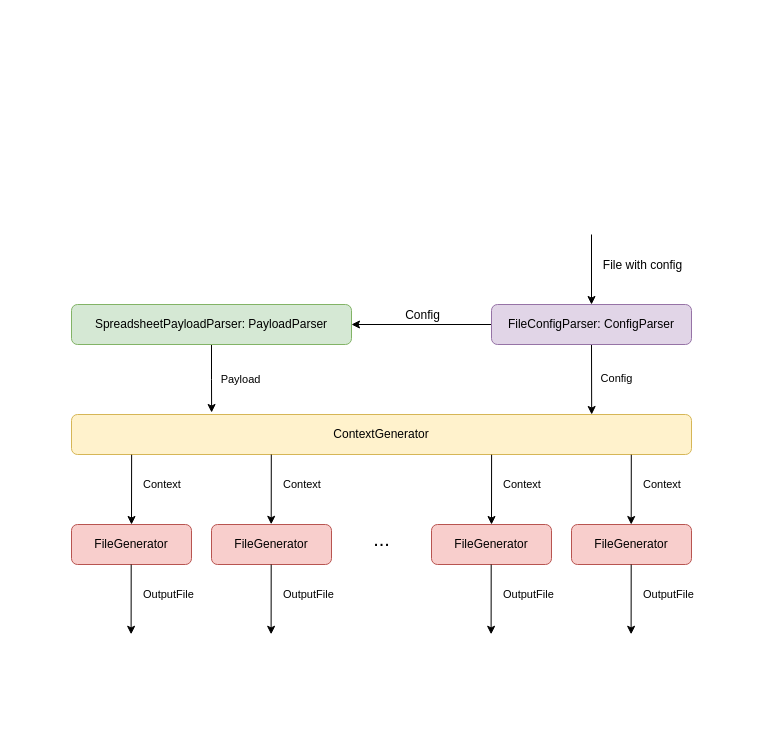
alexfilimon/swift-analytics-gen keeps this draw.io diagram as Resources/BaseClassDiagram.drawio. Above is the earlier version. Source tidied: cells renumbered, new cells numbered last; positions are measured from the earlier drawing's top-left corner, leaving out a move shared by most shapes. Both pictures are drawn from the tidied source at 100%, with x=0, y=0 at pixel (71, 234).
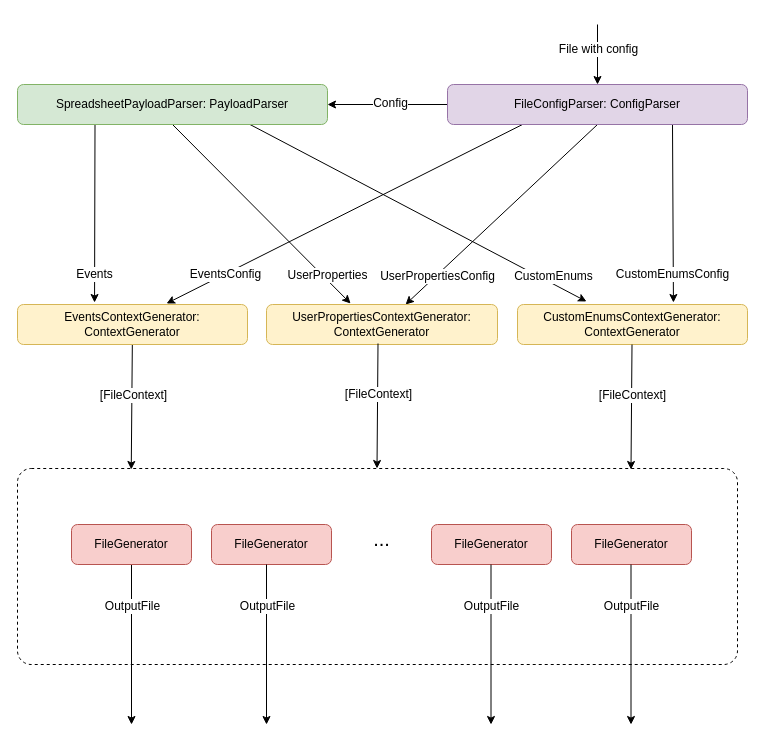
Above is the later version.

The change refers to these unchanged cells:
```xml
<mxCell id="2" style="edgeStyle=orthogonalEdgeStyle;rounded=0;jettySize=auto;html=1;entryX=1;entryY=0.5;entryDx=0;entryDy=0;" parent="1" edge="1" source="6" target="8">
  <mxGeometry relative="1" as="geometry" />
</mxCell>
<mxCell id="12" value="FileGenerator" style="rounded=1;whiteSpace=wrap;html=1;fillColor=#f8cecc;strokeColor=#b85450;" parent="1" vertex="1">
  <mxGeometry y="290" width="120" height="40" as="geometry" />
</mxCell>
```

The edit, as a diff of the source:
```diff
@@
+    <mxCell id="25" style="rounded=1;whiteSpace=wrap;html=1;arcSize=7;dashed=1;" parent="1" vertex="1">
+      <mxGeometry x="-54" y="234" width="720" height="196" as="geometry" />
+    </mxCell>
@@
     <mxCell id="3" value="Config" style="text;html=1;align=center;verticalAlign=middle;labelBackgroundColor=#ffffff;" parent="2" vertex="1">
       <mxGeometry x="0.19" relative="1" as="geometry">
-        <mxPoint x="13" y="-10" as="offset" />
+        <mxPoint x="13" y="-2" as="offset" />
       </mxGeometry>
     </mxCell>
+    <mxCell id="26" style="edgeStyle=none;rounded=0;jettySize=auto;html=1;exitX=0.75;exitY=1;exitDx=0;exitDy=0;entryX=0.678;entryY=-0.05;entryDx=0;entryDy=0;entryPerimeter=0;" parent="1" edge="1" source="6" target="41">
+      <mxGeometry relative="1" as="geometry" />
+    </mxCell>
+    <mxCell id="27" value="CustomEnumsConfig" style="text;html=1;align=center;verticalAlign=middle;labelBackgroundColor=#ffffff;" parent="26" vertex="1">
+      <mxGeometry x="0.37" y="-1" relative="1" as="geometry">
+        <mxPoint y="27" as="offset" />
+      </mxGeometry>
+    </mxCell>
+    <mxCell id="28" style="edgeStyle=none;rounded=0;jettySize=auto;html=1;exitX=0.5;exitY=1;exitDx=0;exitDy=0;entryX=0.602;entryY=0;entryDx=0;entryDy=0;entryPerimeter=0;" parent="1" edge="1" source="6" target="40">
+      <mxGeometry relative="1" as="geometry" />
+    </mxCell>
-    <mxCell id="4" style="rounded=0;jettySize=auto;html=1;exitX=0.5;exitY=1;exitDx=0;exitDy=0;entryX=0.839;entryY=0;entryDx=0;entryDy=0;entryPerimeter=0;" parent="1" edge="1" source="6" target="11">
+    <mxCell id="4" style="edgeStyle=none;rounded=0;jettySize=auto;html=1;exitX=0.25;exitY=1;exitDx=0;exitDy=0;entryX=0.648;entryY=-0.025;entryDx=0;entryDy=0;entryPerimeter=0;" parent="1" edge="1" source="6" target="11">
       <mxGeometry relative="1" as="geometry" />
     </mxCell>
-    <mxCell id="5" value="&lt;font style=&quot;font-size: 11px&quot;&gt;Config&lt;/font&gt;" style="text;html=1;align=center;verticalAlign=middle;labelBackgroundColor=#ffffff;" parent="4" vertex="1">
-      <mxGeometry x="0.08" y="3" relative="1" as="geometry">
-        <mxPoint x="21.9" y="-4" as="offset" />
-      </mxGeometry>
-    </mxCell>
+    <mxCell id="29" value="UserPropertiesConfig" style="text;html=1;align=center;verticalAlign=middle;labelBackgroundColor=#ffffff;rotation=0;" parent="4" vertex="1">
+      <mxGeometry x="-0.47" y="2" relative="1" as="geometry">
+        <mxPoint x="8.8" y="101.6" as="offset" />
+      </mxGeometry>
+    </mxCell>
+    <mxCell id="30" value="EventsConfig" style="text;html=1;align=center;verticalAlign=middle;labelBackgroundColor=#ffffff;" parent="4" vertex="1">
+      <mxGeometry x="0.67" y="-1" relative="1" as="geometry">
+        <mxPoint y="1" as="offset" />
+      </mxGeometry>
+    </mxCell>
     <mxCell id="6" value="FileConfigParser: ConfigParser" style="rounded=1;whiteSpace=wrap;html=1;fillColor=#e1d5e7;strokeColor=#9673a6;" parent="1" vertex="1">
-      <mxGeometry x="420" y="70" width="200" height="40" as="geometry" />
+      <mxGeometry x="376" y="-150" width="300" height="40" as="geometry" />
     </mxCell>
-    <mxCell id="7" value="Payload" style="edgeStyle=orthogonalEdgeStyle;rounded=0;jettySize=auto;html=1;exitX=0.5;exitY=1;exitDx=0;exitDy=0;entryX=0.226;entryY=-0.05;entryDx=0;entryDy=0;entryPerimeter=0;" parent="1" edge="1" source="8" target="11">
-      <mxGeometry x="0.03" y="30" relative="1" as="geometry">
-        <mxPoint x="-1" as="offset" />
-      </mxGeometry>
+    <mxCell id="7" style="rounded=0;jettySize=auto;html=1;exitX=0.25;exitY=1;exitDx=0;exitDy=0;entryX=0.335;entryY=-0.05;entryDx=0;entryDy=0;entryPerimeter=0;" parent="1" edge="1" source="8" target="11">
+      <mxGeometry relative="1" as="geometry" />
     </mxCell>
+    <mxCell id="31" value="Events" style="text;html=1;align=center;verticalAlign=middle;labelBackgroundColor=#ffffff;rotation=0;" parent="7" vertex="1">
+      <mxGeometry x="0.24" y="-1" relative="1" as="geometry">
+        <mxPoint x="-0.2" y="40" as="offset" />
+      </mxGeometry>
+    </mxCell>
+    <mxCell id="32" style="edgeStyle=none;rounded=0;jettySize=auto;html=1;exitX=0.5;exitY=1;exitDx=0;exitDy=0;entryX=0.364;entryY=-0.025;entryDx=0;entryDy=0;entryPerimeter=0;" parent="1" edge="1" source="8" target="40">
+      <mxGeometry relative="1" as="geometry" />
+    </mxCell>
+    <mxCell id="33" value="UserProperties" style="text;html=1;align=center;verticalAlign=middle;labelBackgroundColor=#ffffff;" parent="32" vertex="1">
+      <mxGeometry x="0.61" y="2" relative="1" as="geometry">
+        <mxPoint x="9.7" y="7.8" as="offset" />
+      </mxGeometry>
+    </mxCell>
+    <mxCell id="34" style="edgeStyle=none;rounded=0;jettySize=auto;html=1;exitX=0.75;exitY=1;exitDx=0;exitDy=0;entryX=0.3;entryY=-0.075;entryDx=0;entryDy=0;entryPerimeter=0;" parent="1" edge="1" source="8" target="41">
+      <mxGeometry relative="1" as="geometry" />
+    </mxCell>
+    <mxCell id="35" value="CustomEnums" style="text;html=1;align=center;verticalAlign=middle;labelBackgroundColor=#ffffff;" parent="34" vertex="1">
+      <mxGeometry x="0.55" relative="1" as="geometry">
+        <mxPoint x="42.3" y="14.1" as="offset" />
+      </mxGeometry>
+    </mxCell>
     <mxCell id="8" value="SpreadsheetPayloadParser: PayloadParser" style="rounded=1;whiteSpace=wrap;html=1;fillColor=#d5e8d4;strokeColor=#82b366;" parent="1" vertex="1">
-      <mxGeometry y="70" width="280" height="40" as="geometry" />
+      <mxGeometry x="-54" y="-150" width="310" height="40" as="geometry" />
     </mxCell>
     <mxCell id="9" style="endArrow=classic;html=1;entryX=0.5;entryY=0;entryDx=0;entryDy=0;" parent="1" edge="1" target="6">
       <mxGeometry relative="1" as="geometry">
-        <mxPoint x="520" as="sourcePoint" />
+        <mxPoint x="526" y="-210" as="sourcePoint" />
       </mxGeometry>
     </mxCell>
     <mxCell id="10" value="File with config" style="text;html=1;align=center;verticalAlign=middle;labelBackgroundColor=#ffffff;" parent="9" vertex="1">
       <mxGeometry x="0.17" relative="1" as="geometry">
-        <mxPoint x="50" y="-11" as="offset" />
+        <mxPoint y="-11" as="offset" />
       </mxGeometry>
     </mxCell>
+    <mxCell id="36" style="edgeStyle=none;rounded=0;jettySize=auto;html=1;entryX=0.158;entryY=0.005;entryDx=0;entryDy=0;entryPerimeter=0;" parent="1" edge="1" source="11" target="25">
+      <mxGeometry relative="1" as="geometry" />
+    </mxCell>
+    <mxCell id="37" value="[FileContext]" style="text;html=1;align=center;verticalAlign=middle;labelBackgroundColor=#ffffff;" parent="36" vertex="1">
+      <mxGeometry x="-0.39" y="2" relative="1" as="geometry">
+        <mxPoint x="-1.5" y="12" as="offset" />
+      </mxGeometry>
+    </mxCell>
-    <mxCell id="11" value="ContextGenerator" style="rounded=1;whiteSpace=wrap;html=1;fillColor=#fff2cc;strokeColor=#d6b656;" parent="1" vertex="1">
-      <mxGeometry y="180" width="620" height="40" as="geometry" />
+    <mxCell id="11" value="EventsContextGenerator: ContextGenerator" style="rounded=1;whiteSpace=wrap;html=1;fillColor=#fff2cc;strokeColor=#d6b656;" parent="1" vertex="1">
+      <mxGeometry x="-54" y="70" width="230" height="40" as="geometry" />
     </mxCell>
+    <mxCell id="38" style="edgeStyle=none;rounded=0;jettySize=auto;html=1;exitX=0.5;exitY=1;exitDx=0;exitDy=0;" parent="1" edge="1" source="12">
+      <mxGeometry relative="1" as="geometry">
+        <mxPoint x="60" y="490" as="targetPoint" />
+      </mxGeometry>
+    </mxCell>
+    <mxCell id="39" value="OutputFile" style="text;html=1;align=center;verticalAlign=middle;labelBackgroundColor=#ffffff;" parent="38" vertex="1">
+      <mxGeometry x="-0.43" y="-1" relative="1" as="geometry">
+        <mxPoint x="1" y="-5" as="offset" />
+      </mxGeometry>
+    </mxCell>
@@
-    <mxCell id="17" value="Context" style="endArrow=classic;html=1;entryX=0.5;entryY=0;entryDx=0;entryDy=0;exitX=0.097;exitY=1.005;exitDx=0;exitDy=0;exitPerimeter=0;labelPosition=right;verticalLabelPosition=middle;align=left;verticalAlign=middle;" parent="1" edge="1" source="11" target="12">
-      <mxGeometry x="-0.15" y="10" relative="1" as="geometry" />
-    </mxCell>
-    <mxCell id="18" value="Context" style="endArrow=classic;html=1;entryX=0.5;entryY=0;entryDx=0;entryDy=0;exitX=0.097;exitY=1.005;exitDx=0;exitDy=0;exitPerimeter=0;labelPosition=right;verticalLabelPosition=middle;align=left;verticalAlign=middle;" parent="1" edge="1">
-      <mxGeometry x="-0.15" y="10" relative="1" as="geometry">
-        <mxPoint x="199.8" y="220" as="sourcePoint" />
-        <mxPoint x="199.7" y="289.8" as="targetPoint" />
-      </mxGeometry>
-    </mxCell>
-    <mxCell id="19" value="Context" style="endArrow=classic;html=1;entryX=0.5;entryY=0;entryDx=0;entryDy=0;exitX=0.097;exitY=1.005;exitDx=0;exitDy=0;exitPerimeter=0;labelPosition=right;verticalLabelPosition=middle;align=left;verticalAlign=middle;" parent="1" edge="1">
-      <mxGeometry x="-0.15" y="10" relative="1" as="geometry">
-        <mxPoint x="420.1" y="220.2" as="sourcePoint" />
-        <mxPoint x="420" y="290" as="targetPoint" />
-      </mxGeometry>
-    </mxCell>
-    <mxCell id="20" value="Context" style="endArrow=classic;html=1;entryX=0.5;entryY=0;entryDx=0;entryDy=0;exitX=0.097;exitY=1.005;exitDx=0;exitDy=0;exitPerimeter=0;labelPosition=right;verticalLabelPosition=middle;align=left;verticalAlign=middle;" parent="1" edge="1">
-      <mxGeometry x="-0.15" y="10" relative="1" as="geometry">
-        <mxPoint x="559.8" y="220.2" as="sourcePoint" />
-        <mxPoint x="559.7" y="290" as="targetPoint" />
-      </mxGeometry>
-    </mxCell>
-    <mxCell id="21" value="OutputFile" style="endArrow=classic;html=1;entryX=0.5;entryY=0;entryDx=0;entryDy=0;exitX=0.097;exitY=1.005;exitDx=0;exitDy=0;exitPerimeter=0;labelPosition=right;verticalLabelPosition=middle;align=left;verticalAlign=middle;" parent="1" edge="1">
-      <mxGeometry x="-0.15" y="10" relative="1" as="geometry">
-        <mxPoint x="59.7" y="330" as="sourcePoint" />
-        <mxPoint x="59.6" y="399.8" as="targetPoint" />
-      </mxGeometry>
-    </mxCell>
-    <mxCell id="22" value="OutputFile" style="endArrow=classic;html=1;entryX=0.5;entryY=0;entryDx=0;entryDy=0;exitX=0.097;exitY=1.005;exitDx=0;exitDy=0;exitPerimeter=0;labelPosition=right;verticalLabelPosition=middle;align=left;verticalAlign=middle;" parent="1" edge="1">
-      <mxGeometry x="-0.15" y="10" relative="1" as="geometry">
-        <mxPoint x="199.7" y="330" as="sourcePoint" />
-        <mxPoint x="199.6" y="399.8" as="targetPoint" />
-      </mxGeometry>
-    </mxCell>
-    <mxCell id="23" value="OutputFile" style="endArrow=classic;html=1;entryX=0.5;entryY=0;entryDx=0;entryDy=0;exitX=0.097;exitY=1.005;exitDx=0;exitDy=0;exitPerimeter=0;labelPosition=right;verticalLabelPosition=middle;align=left;verticalAlign=middle;" parent="1" edge="1">
-      <mxGeometry x="-0.15" y="10" relative="1" as="geometry">
-        <mxPoint x="419.7" y="330" as="sourcePoint" />
-        <mxPoint x="419.6" y="399.8" as="targetPoint" />
-      </mxGeometry>
-    </mxCell>
-    <mxCell id="24" value="OutputFile" style="endArrow=classic;html=1;entryX=0.5;entryY=0;entryDx=0;entryDy=0;exitX=0.097;exitY=1.005;exitDx=0;exitDy=0;exitPerimeter=0;labelPosition=right;verticalLabelPosition=middle;align=left;verticalAlign=middle;" parent="1" edge="1">
-      <mxGeometry x="-0.15" y="10" relative="1" as="geometry">
-        <mxPoint x="559.7" y="330" as="sourcePoint" />
-        <mxPoint x="559.6" y="399.8" as="targetPoint" />
-      </mxGeometry>
-    </mxCell>
+    <mxCell id="40" value="UserPropertiesContextGenerator: ContextGenerator" style="rounded=1;whiteSpace=wrap;html=1;fillColor=#fff2cc;strokeColor=#d6b656;" parent="1" vertex="1">
+      <mxGeometry x="195" y="70" width="231" height="40" as="geometry" />
+    </mxCell>
+    <mxCell id="41" value="CustomEnumsContextGenerator: ContextGenerator" style="rounded=1;whiteSpace=wrap;html=1;fillColor=#fff2cc;strokeColor=#d6b656;" parent="1" vertex="1">
+      <mxGeometry x="446" y="70" width="230" height="40" as="geometry" />
+    </mxCell>
+    <mxCell id="42" style="edgeStyle=none;rounded=0;orthogonalLoop=1;jettySize=auto;html=1;entryX=0.158;entryY=0.005;entryDx=0;entryDy=0;entryPerimeter=0;" parent="1" edge="1">
+      <mxGeometry relative="1" as="geometry">
+        <mxPoint x="306.5" y="109" as="sourcePoint" />
+        <mxPoint x="305.5" y="234" as="targetPoint" />
+      </mxGeometry>
+    </mxCell>
+    <mxCell id="43" value="[FileContext]" style="text;html=1;align=center;verticalAlign=middle;labelBackgroundColor=#ffffff;" parent="42" vertex="1">
+      <mxGeometry x="-0.39" y="2" relative="1" as="geometry">
+        <mxPoint x="-1.5" y="12" as="offset" />
+      </mxGeometry>
+    </mxCell>
+    <mxCell id="44" style="edgeStyle=none;rounded=0;orthogonalLoop=1;jettySize=auto;html=1;entryX=0.158;entryY=0.005;entryDx=0;entryDy=0;entryPerimeter=0;" parent="1" edge="1">
+      <mxGeometry relative="1" as="geometry">
+        <mxPoint x="560.5" y="110" as="sourcePoint" />
+        <mxPoint x="559.5" y="235" as="targetPoint" />
+      </mxGeometry>
+    </mxCell>
+    <mxCell id="45" value="[FileContext]" style="text;html=1;align=center;verticalAlign=middle;labelBackgroundColor=#ffffff;" parent="44" vertex="1">
+      <mxGeometry x="-0.39" y="2" relative="1" as="geometry">
+        <mxPoint x="-1.5" y="12" as="offset" />
+      </mxGeometry>
+    </mxCell>
+    <mxCell id="46" style="edgeStyle=none;rounded=0;orthogonalLoop=1;jettySize=auto;html=1;exitX=0.5;exitY=1;exitDx=0;exitDy=0;" parent="1" edge="1">
+      <mxGeometry relative="1" as="geometry">
+        <mxPoint x="195" y="330" as="sourcePoint" />
+        <mxPoint x="195" y="490" as="targetPoint" />
+      </mxGeometry>
+    </mxCell>
+    <mxCell id="47" value="OutputFile" style="text;html=1;align=center;verticalAlign=middle;labelBackgroundColor=#ffffff;" parent="46" vertex="1">
+      <mxGeometry x="-0.43" y="-1" relative="1" as="geometry">
+        <mxPoint x="1" y="-5" as="offset" />
+      </mxGeometry>
+    </mxCell>
+    <mxCell id="48" style="edgeStyle=none;rounded=0;orthogonalLoop=1;jettySize=auto;html=1;exitX=0.5;exitY=1;exitDx=0;exitDy=0;" parent="1" edge="1">
+      <mxGeometry relative="1" as="geometry">
+        <mxPoint x="419.5" y="330" as="sourcePoint" />
+        <mxPoint x="419.5" y="490" as="targetPoint" />
+      </mxGeometry>
+    </mxCell>
+    <mxCell id="49" value="OutputFile" style="text;html=1;align=center;verticalAlign=middle;labelBackgroundColor=#ffffff;" parent="48" vertex="1">
+      <mxGeometry x="-0.43" y="-1" relative="1" as="geometry">
+        <mxPoint x="1" y="-5" as="offset" />
+      </mxGeometry>
+    </mxCell>
+    <mxCell id="50" style="edgeStyle=none;rounded=0;orthogonalLoop=1;jettySize=auto;html=1;exitX=0.5;exitY=1;exitDx=0;exitDy=0;" parent="1" edge="1">
+      <mxGeometry relative="1" as="geometry">
+        <mxPoint x="559.5" y="330" as="sourcePoint" />
+        <mxPoint x="559.5" y="490" as="targetPoint" />
+      </mxGeometry>
+    </mxCell>
+    <mxCell id="51" value="OutputFile" style="text;html=1;align=center;verticalAlign=middle;labelBackgroundColor=#ffffff;" parent="50" vertex="1">
+      <mxGeometry x="-0.43" y="-1" relative="1" as="geometry">
+        <mxPoint x="1" y="-5" as="offset" />
+      </mxGeometry>
+    </mxCell>
```
